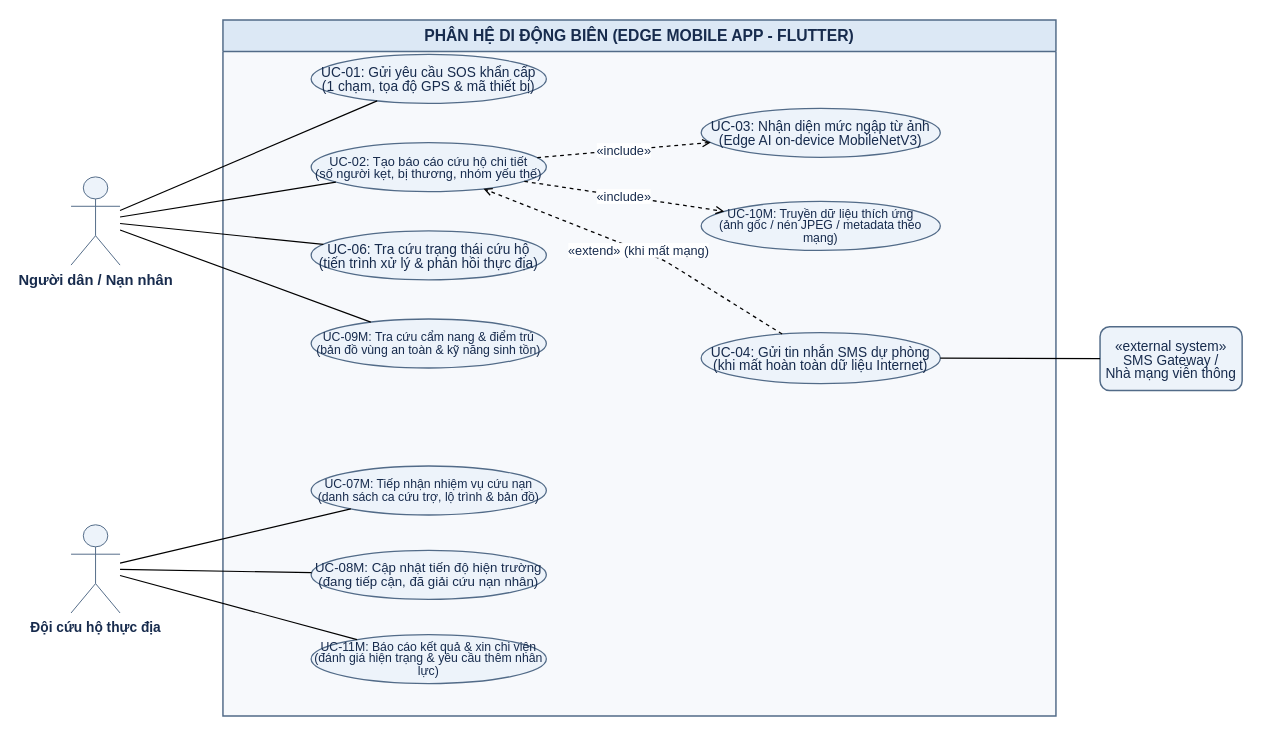
Before: report/assets/diagrams/usecase_mobile.drawio in ngthtrong/nckh2, a draw.io diagram. Source tidied: cells renumbered, new cells numbered last; positions are measured from the earlier drawing's top-left corner, leaving out a move shared by most shapes. Both pictures are drawn from the tidied source at 98%, with x=0, y=0 at pixel (71, 20).
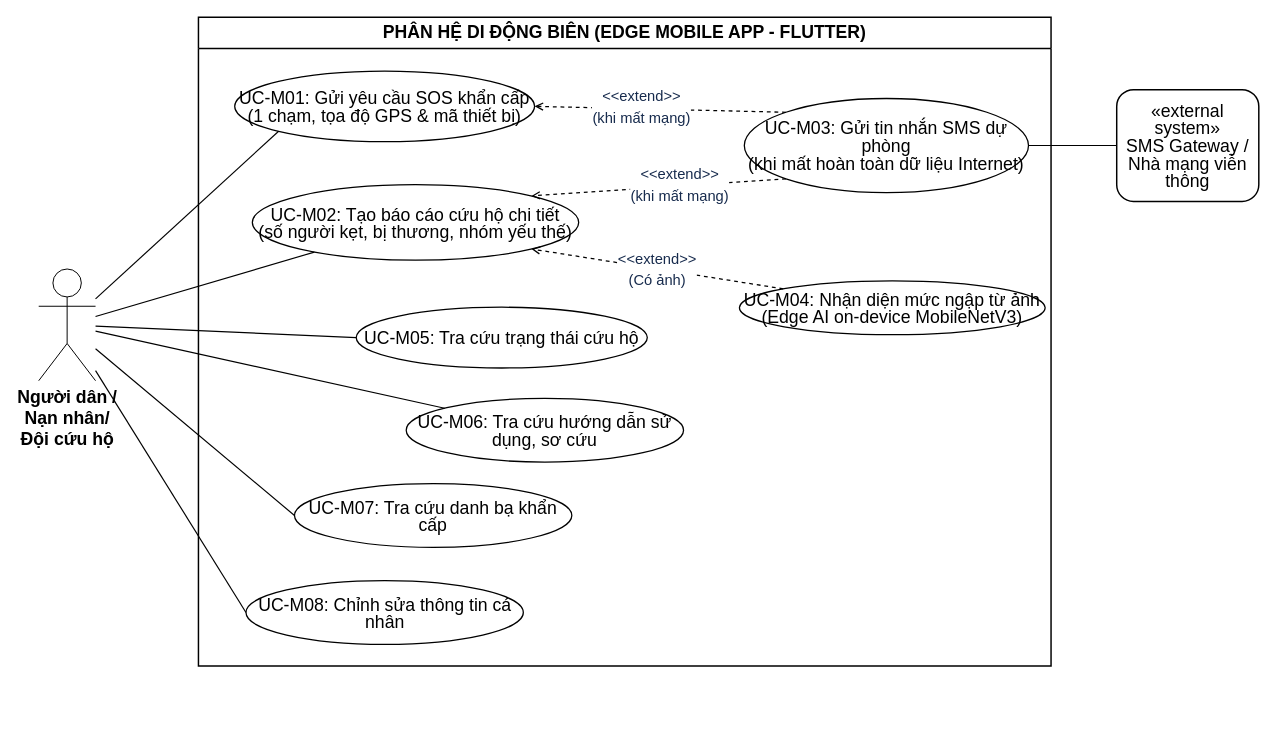
After the change.

What changed in the source:
```diff
@@
-    <mxCell id="2" value="PHÂN HỆ DI ĐỘNG BIÊN (EDGE MOBILE APP - FLUTTER)" style="shape=swimlane;whiteSpace=wrap;html=1;startSize=32;horizontal=1;fillColor=#DCE8F5;strokeColor=#526B88;strokeWidth=1.5;fontStyle=1;fontSize=16;fontFamily=Helvetica;fontColor=#172B4D;swimlaneFillColor=#F7F9FC;" parent="1" vertex="1">
-      <mxGeometry x="155" width="850" height="710" as="geometry" />
+    <mxCell id="2" value="PHÂN HỆ DI ĐỘNG BIÊN (EDGE MOBILE APP - FLUTTER)" style="shape=swimlane;whiteSpace=wrap;html=1;startSize=32;horizontal=1;strokeWidth=1.5;fontStyle=1;fontSize=18;fontFamily=Helvetica;swimlaneFillColor=light-dark(#ffffff, #15171a);" parent="1" vertex="1">
+      <mxGeometry x="130" y="-3" width="870" height="662" as="geometry" />
     </mxCell>
-    <mxCell id="3" value="&lt;div style=&quot;line-height:1;&quot;&gt;UC-01: Gửi yêu cầu SOS khẩn cấp&amp;#xa;(1 chạm, tọa độ GPS &amp; mã thiết bị)&lt;/div&gt;" style="ellipse;whiteSpace=wrap;html=1;fillColor=#EDF3FA;strokeColor=#526B88;strokeWidth=1.3;fontFamily=Helvetica;fontSize=14;fontColor=#172B4D;" parent="2" vertex="1">
-      <mxGeometry x="90" y="35" width="240" height="50" as="geometry" />
+    <mxCell id="3" value="&lt;div style=&quot;line-height:1;&quot;&gt;UC-M01: Gửi yêu cầu SOS khẩn cấp&lt;br&gt;(1 chạm, tọa độ GPS &amp;amp; mã thiết bị)&lt;/div&gt;" style="ellipse;whiteSpace=wrap;html=1;strokeWidth=1.3;fontFamily=Helvetica;fontSize=18;" parent="2" vertex="1">
+      <mxGeometry x="37" y="55" width="306" height="72" as="geometry" />
     </mxCell>
-    <mxCell id="4" value="&lt;div style=&quot;line-height:1;&quot;&gt;UC-02: Tạo báo cáo cứu hộ chi tiết&amp;#xa;(số người kẹt, bị thương, nhóm yếu thế)&lt;/div&gt;" style="ellipse;whiteSpace=wrap;html=1;fillColor=#EDF3FA;strokeColor=#526B88;strokeWidth=1.3;fontFamily=Helvetica;fontSize=13;fontColor=#172B4D;" parent="2" vertex="1">
-      <mxGeometry x="90" y="125" width="240" height="50" as="geometry" />
+    <mxCell id="4" value="&lt;div style=&quot;line-height:1;&quot;&gt;UC-M02: Tạo báo cáo cứu hộ chi tiết&lt;br&gt;(số người kẹt, bị thương, nhóm yếu thế)&lt;/div&gt;" style="ellipse;whiteSpace=wrap;html=1;strokeWidth=1.3;fontFamily=Helvetica;fontSize=18;" parent="2" vertex="1">
+      <mxGeometry x="55" y="171" width="333" height="77" as="geometry" />
     </mxCell>
+    <mxCell id="6" value="&lt;div style=&quot;line-height:1;&quot;&gt;UC-M06: Tra cứu hướng dẫn sử dụng, sơ cứu&lt;/div&gt;" style="ellipse;whiteSpace=wrap;html=1;strokeWidth=1.3;fontFamily=Helvetica;fontSize=18;" parent="2" vertex="1">
+      <mxGeometry x="212" y="389" width="283" height="65" as="geometry" />
+    </mxCell>
+    <mxCell id="10" value="&lt;div style=&quot;line-height:1;&quot;&gt;UC-M04: Nhận diện mức ngập từ ảnh&lt;br&gt;(Edge AI on-device MobileNetV3)&lt;/div&gt;" style="ellipse;whiteSpace=wrap;html=1;strokeWidth=1.3;fontFamily=Helvetica;fontSize=18;" parent="2" vertex="1">
+      <mxGeometry x="552" y="269" width="312" height="55" as="geometry" />
+    </mxCell>
+    <mxCell id="12" value="&lt;div style=&quot;line-height:1;&quot;&gt;UC-M03: Gửi tin nhắn SMS dự phòng&lt;br&gt;(khi mất hoàn toàn dữ liệu Internet)&lt;/div&gt;" style="ellipse;whiteSpace=wrap;html=1;strokeWidth=1.3;fontFamily=Helvetica;fontSize=18;" parent="2" vertex="1">
+      <mxGeometry x="557" y="83" width="290" height="96" as="geometry" />
+    </mxCell>
-    <mxCell id="5" value="&lt;div style=&quot;line-height:1;&quot;&gt;UC-06: Tra cứu trạng thái cứu hộ&amp;#xa;(tiến trình xử lý &amp; phản hồi thực địa)&lt;/div&gt;" style="ellipse;whiteSpace=wrap;html=1;fillColor=#EDF3FA;strokeColor=#526B88;strokeWidth=1.3;fontFamily=Helvetica;fontSize=14;fontColor=#172B4D;" parent="2" vertex="1">
-      <mxGeometry x="90" y="215" width="240" height="50" as="geometry" />
+    <mxCell id="5" value="&lt;div style=&quot;line-height:1;&quot;&gt;UC-M05: Tra cứu trạng thái cứu hộ&lt;br&gt;&lt;/div&gt;" style="ellipse;whiteSpace=wrap;html=1;strokeWidth=1.3;fontFamily=Helvetica;fontSize=18;" parent="2" vertex="1">
+      <mxGeometry x="161" y="296" width="297" height="62" as="geometry" />
     </mxCell>
-    <mxCell id="6" value="&lt;div style=&quot;line-height:1;&quot;&gt;UC-09M: Tra cứu cẩm nang &amp; điểm trú&amp;#xa;(bản đồ vùng an toàn &amp; kỹ năng sinh tồn)&lt;/div&gt;" style="ellipse;whiteSpace=wrap;html=1;fillColor=#EDF3FA;strokeColor=#526B88;strokeWidth=1.3;fontFamily=Helvetica;fontSize=12.5;fontColor=#172B4D;" parent="2" vertex="1">
-      <mxGeometry x="90" y="305" width="240" height="50" as="geometry" />
-    </mxCell>
-    <mxCell id="7" value="&lt;div style=&quot;line-height:1;&quot;&gt;UC-07M: Tiếp nhận nhiệm vụ cứu nạn&amp;#xa;(danh sách ca cứu trợ, lộ trình &amp; bản đồ)&lt;/div&gt;" style="ellipse;whiteSpace=wrap;html=1;fillColor=#EDF3FA;strokeColor=#526B88;strokeWidth=1.3;fontFamily=Helvetica;fontSize=12.5;fontColor=#172B4D;" parent="2" vertex="1">
-      <mxGeometry x="90" y="455" width="240" height="50" as="geometry" />
-    </mxCell>
-    <mxCell id="8" value="&lt;div style=&quot;line-height:1;&quot;&gt;UC-08M: Cập nhật tiến độ hiện trường&amp;#xa;(đang tiếp cận, đã giải cứu nạn nhân)&lt;/div&gt;" style="ellipse;whiteSpace=wrap;html=1;fillColor=#EDF3FA;strokeColor=#526B88;strokeWidth=1.3;fontFamily=Helvetica;fontSize=13.5;fontColor=#172B4D;" parent="2" vertex="1">
-      <mxGeometry x="90" y="541" width="240" height="50" as="geometry" />
-    </mxCell>
-    <mxCell id="9" value="&lt;div style=&quot;line-height:1;&quot;&gt;UC-11M: Báo cáo kết quả &amp; xin chi viện&amp;#xa;(đánh giá hiện trạng &amp; yêu cầu thêm nhân lực)&lt;/div&gt;" style="ellipse;whiteSpace=wrap;html=1;fillColor=#EDF3FA;strokeColor=#526B88;strokeWidth=1.3;fontFamily=Helvetica;fontSize=12.5;fontColor=#172B4D;" parent="2" vertex="1">
-      <mxGeometry x="90" y="627" width="240" height="50" as="geometry" />
-    </mxCell>
-    <mxCell id="10" value="&lt;div style=&quot;line-height:1;&quot;&gt;UC-03: Nhận diện mức ngập từ ảnh&amp;#xa;(Edge AI on-device MobileNetV3)&lt;/div&gt;" style="ellipse;whiteSpace=wrap;html=1;fillColor=#EDF3FA;strokeColor=#526B88;strokeWidth=1.3;fontFamily=Helvetica;fontSize=14;fontColor=#172B4D;" parent="2" vertex="1">
-      <mxGeometry x="488" y="90" width="244" height="50" as="geometry" />
-    </mxCell>
-    <mxCell id="11" value="&lt;div style=&quot;line-height:1;&quot;&gt;UC-10M: Truyền dữ liệu thích ứng&amp;#xa;(ảnh gốc / nén JPEG / metadata theo mạng)&lt;/div&gt;" style="ellipse;whiteSpace=wrap;html=1;fillColor=#EDF3FA;strokeColor=#526B88;strokeWidth=1.3;fontFamily=Helvetica;fontSize=12.5;fontColor=#172B4D;" parent="2" vertex="1">
-      <mxGeometry x="488" y="185" width="244" height="50" as="geometry" />
-    </mxCell>
-    <mxCell id="12" value="&lt;div style=&quot;line-height:1;&quot;&gt;UC-04: Gửi tin nhắn SMS dự phòng&amp;#xa;(khi mất hoàn toàn dữ liệu Internet)&lt;/div&gt;" style="ellipse;whiteSpace=wrap;html=1;fillColor=#EDF3FA;strokeColor=#526B88;strokeWidth=1.3;fontFamily=Helvetica;fontSize=14;fontColor=#172B4D;" parent="2" vertex="1">
-      <mxGeometry x="488" y="319" width="244" height="52" as="geometry" />
-    </mxCell>
+    <mxCell id="26" value="&lt;font style=&quot;font-size: 15px;&quot;&gt;&amp;lt;&amp;lt;extend&amp;gt;&amp;gt;&lt;br&gt;(khi mất mạng)&lt;/font&gt;" style="endArrow=open;dashed=1;html=1;strokeWidth=1.3;fontSize=18;fontColor=#172B4D;labelBackgroundColor=#FFFFFF;exitX=0;exitY=1;exitDx=0;exitDy=0;entryX=1;entryY=0;entryDx=0;entryDy=0;" parent="2" edge="1" source="12" target="4">
+      <mxGeometry x="-0.16" y="-1" relative="1" as="geometry" />
+    </mxCell>
+    <mxCell id="27" value="&lt;div style=&quot;line-height:1;&quot;&gt;UC-M07: Tra cứu danh bạ khẩn cấp&lt;/div&gt;" style="ellipse;whiteSpace=wrap;html=1;strokeWidth=1.3;fontFamily=Helvetica;fontSize=18;" parent="2" vertex="1">
+      <mxGeometry x="98" y="476" width="283" height="65" as="geometry" />
+    </mxCell>
+    <mxCell id="28" value="&lt;div style=&quot;line-height:1;&quot;&gt;UC-M08: Chỉnh sửa thông tin cá nhân&lt;/div&gt;" style="ellipse;whiteSpace=wrap;html=1;strokeWidth=1.3;fontFamily=Helvetica;fontSize=18;" parent="2" vertex="1">
+      <mxGeometry x="48.5" y="575" width="283" height="65" as="geometry" />
+    </mxCell>
+    <mxCell id="29" value="&lt;font style=&quot;font-size: 15px;&quot;&gt;&amp;lt;&amp;lt;extend&amp;gt;&amp;gt;&lt;br&gt;(khi mất mạng)&lt;/font&gt;" style="endArrow=open;dashed=1;html=1;strokeWidth=1.3;fontSize=18;fontColor=#172B4D;labelBackgroundColor=#FFFFFF;exitX=0;exitY=0;exitDx=0;exitDy=0;entryX=1;entryY=0.5;entryDx=0;entryDy=0;" parent="2" edge="1" source="12" target="3">
+      <mxGeometry x="0.15" y="-3" relative="1" as="geometry" />
+    </mxCell>
+    <mxCell id="24" value="&lt;font style=&quot;font-size: 15px;&quot;&gt;&amp;lt;&amp;lt;extend&amp;gt;&amp;gt;&lt;/font&gt;&lt;div&gt;&lt;font style=&quot;font-size: 15px;&quot;&gt;(Có ảnh)&lt;/font&gt;&lt;/div&gt;" style="endArrow=open;dashed=1;html=1;strokeWidth=1.3;fontSize=18;fontColor=#172B4D;labelBackgroundColor=#FFFFFF;entryX=1;entryY=1;entryDx=0;entryDy=0;exitX=0;exitY=0;exitDx=0;exitDy=0;" parent="2" edge="1" source="10" target="4">
+      <mxGeometry relative="1" as="geometry" />
+    </mxCell>
-    <mxCell id="13" value="Người dân /&amp;#xa;Nạn nhân" style="shape=umlActor;verticalLabelPosition=bottom;verticalAlign=top;html=1;outlineConnect=0;fontFamily=Helvetica;fontSize=15;fontStyle=1;fillColor=#EDF3FA;strokeColor=#526B88;fontColor=#172B4D;" parent="1" vertex="1">
-      <mxGeometry y="160" width="50" height="90" as="geometry" />
+    <mxCell id="13" value="Người dân /&lt;br&gt;Nạn nhân/&lt;div&gt;Đội cứu hộ&lt;/div&gt;" style="shape=umlActor;verticalLabelPosition=bottom;verticalAlign=top;html=1;outlineConnect=0;fontFamily=Helvetica;fontSize=18;fontStyle=1;" parent="1" vertex="1">
+      <mxGeometry x="-33" y="254" width="58" height="114" as="geometry" />
     </mxCell>
-    <mxCell id="14" value="Đội cứu hộ&amp;#xa;thực địa" style="shape=umlActor;verticalLabelPosition=bottom;verticalAlign=top;html=1;outlineConnect=0;fontFamily=Helvetica;fontSize=14;fontStyle=1;fillColor=#EDF3FA;strokeColor=#526B88;fontColor=#172B4D;" parent="1" vertex="1">
-      <mxGeometry y="515" width="50" height="90" as="geometry" />
-    </mxCell>
-    <mxCell id="15" value="&lt;div style=&quot;line-height:1;&quot;&gt;«external system»&amp;#xa;SMS Gateway /&amp;#xa;Nhà mạng viễn thông&lt;/div&gt;" style="rounded=1;whiteSpace=wrap;html=1;fillColor=#EDF3FA;strokeColor=#526B88;strokeWidth=1.5;fontFamily=Helvetica;fontSize=14;fontColor=#172B4D;align=center;" parent="1" vertex="1">
-      <mxGeometry x="1050" y="313" width="145" height="65" as="geometry" />
+    <mxCell id="15" value="&lt;div style=&quot;line-height:1;&quot;&gt;«external system»&#10;SMS Gateway /&#10;Nhà mạng viễn thông&lt;/div&gt;" style="rounded=1;whiteSpace=wrap;html=1;strokeWidth=1.5;fontFamily=Helvetica;fontSize=18;align=center;" parent="1" vertex="1">
+      <mxGeometry x="1067" y="71" width="145" height="114" as="geometry" />
     </mxCell>
-    <mxCell id="16" style="endArrow=none;html=1;strokeColor=#000000;strokeWidth=1.2;" parent="1" edge="1" source="13" target="3">
+    <mxCell id="16" style="endArrow=none;html=1;strokeWidth=1.2;fontSize=18;entryX=0;entryY=1;entryDx=0;entryDy=0;" parent="1" edge="1" source="13" target="3">
       <mxGeometry relative="1" as="geometry" />
     </mxCell>
-    <mxCell id="17" style="endArrow=none;html=1;strokeColor=#000000;strokeWidth=1.2;" parent="1" edge="1" source="13" target="4">
+    <mxCell id="17" style="endArrow=none;html=1;strokeWidth=1.2;fontSize=18;" parent="1" edge="1" source="13" target="4">
       <mxGeometry relative="1" as="geometry" />
     </mxCell>
-    <mxCell id="18" style="endArrow=none;html=1;strokeColor=#000000;strokeWidth=1.2;" parent="1" edge="1" source="13" target="5">
+    <mxCell id="18" style="endArrow=none;html=1;strokeWidth=1.2;fontSize=18;entryX=0;entryY=0.5;entryDx=0;entryDy=0;" parent="1" edge="1" source="13" target="5">
       <mxGeometry relative="1" as="geometry" />
     </mxCell>
-    <mxCell id="19" style="endArrow=none;html=1;strokeColor=#000000;strokeWidth=1.2;" parent="1" edge="1" source="13" target="6">
+    <mxCell id="19" style="endArrow=none;html=1;strokeWidth=1.2;fontSize=18;" parent="1" edge="1" source="13" target="6">
       <mxGeometry relative="1" as="geometry" />
     </mxCell>
-    <mxCell id="20" style="endArrow=none;html=1;strokeColor=#000000;strokeWidth=1.2;" parent="1" edge="1" source="14" target="7">
-      <mxGeometry relative="1" as="geometry" />
-    </mxCell>
-    <mxCell id="21" style="endArrow=none;html=1;strokeColor=#000000;strokeWidth=1.2;" parent="1" edge="1" source="14" target="8">
-      <mxGeometry relative="1" as="geometry" />
-    </mxCell>
-    <mxCell id="22" style="endArrow=none;html=1;strokeColor=#000000;strokeWidth=1.2;" parent="1" edge="1" source="14" target="9">
-      <mxGeometry relative="1" as="geometry" />
-    </mxCell>
-    <mxCell id="23" style="endArrow=none;html=1;strokeColor=#000000;strokeWidth=1.2;" parent="1" edge="1" source="12" target="15">
+    <mxCell id="23" style="endArrow=none;html=1;strokeWidth=1.2;fontSize=18;" parent="1" edge="1" source="12" target="15">
       <mxGeometry relative="1" as="geometry" />
     </mxCell>
-    <mxCell id="24" value="&amp;laquo;include&amp;raquo;" style="endArrow=open;dashed=1;html=1;strokeColor=#000000;strokeWidth=1.3;fontSize=13;fontColor=#172B4D;labelBackgroundColor=#FFFFFF;" parent="1" edge="1" source="4" target="10">
-      <mxGeometry relative="1" as="geometry" />
-    </mxCell>
-    <mxCell id="25" value="&amp;laquo;include&amp;raquo;" style="endArrow=open;dashed=1;html=1;strokeColor=#000000;strokeWidth=1.3;fontSize=13;fontColor=#172B4D;labelBackgroundColor=#FFFFFF;" parent="1" edge="1" source="4" target="11">
-      <mxGeometry relative="1" as="geometry" />
-    </mxCell>
-    <mxCell id="26" value="&amp;laquo;extend&amp;raquo;&amp;#xa;(khi mất mạng)" style="endArrow=open;dashed=1;html=1;strokeColor=#000000;strokeWidth=1.3;fontSize=13;fontColor=#172B4D;labelBackgroundColor=#FFFFFF;" parent="1" edge="1" source="12" target="4">
-      <mxGeometry relative="1" as="geometry">
-        <Array as="points">
-          <mxPoint x="605" y="245" />
-        </Array>
-      </mxGeometry>
-    </mxCell>
+    <mxCell id="30" style="endArrow=none;html=1;strokeWidth=1.2;fontSize=18;entryX=0;entryY=0.5;entryDx=0;entryDy=0;" parent="1" edge="1" source="13" target="27">
+      <mxGeometry relative="1" as="geometry" />
+    </mxCell>
+    <mxCell id="31" style="endArrow=none;html=1;strokeWidth=1.2;fontSize=18;entryX=0;entryY=0.5;entryDx=0;entryDy=0;" parent="1" edge="1" source="13" target="28">
+      <mxGeometry relative="1" as="geometry" />
+    </mxCell>
```
